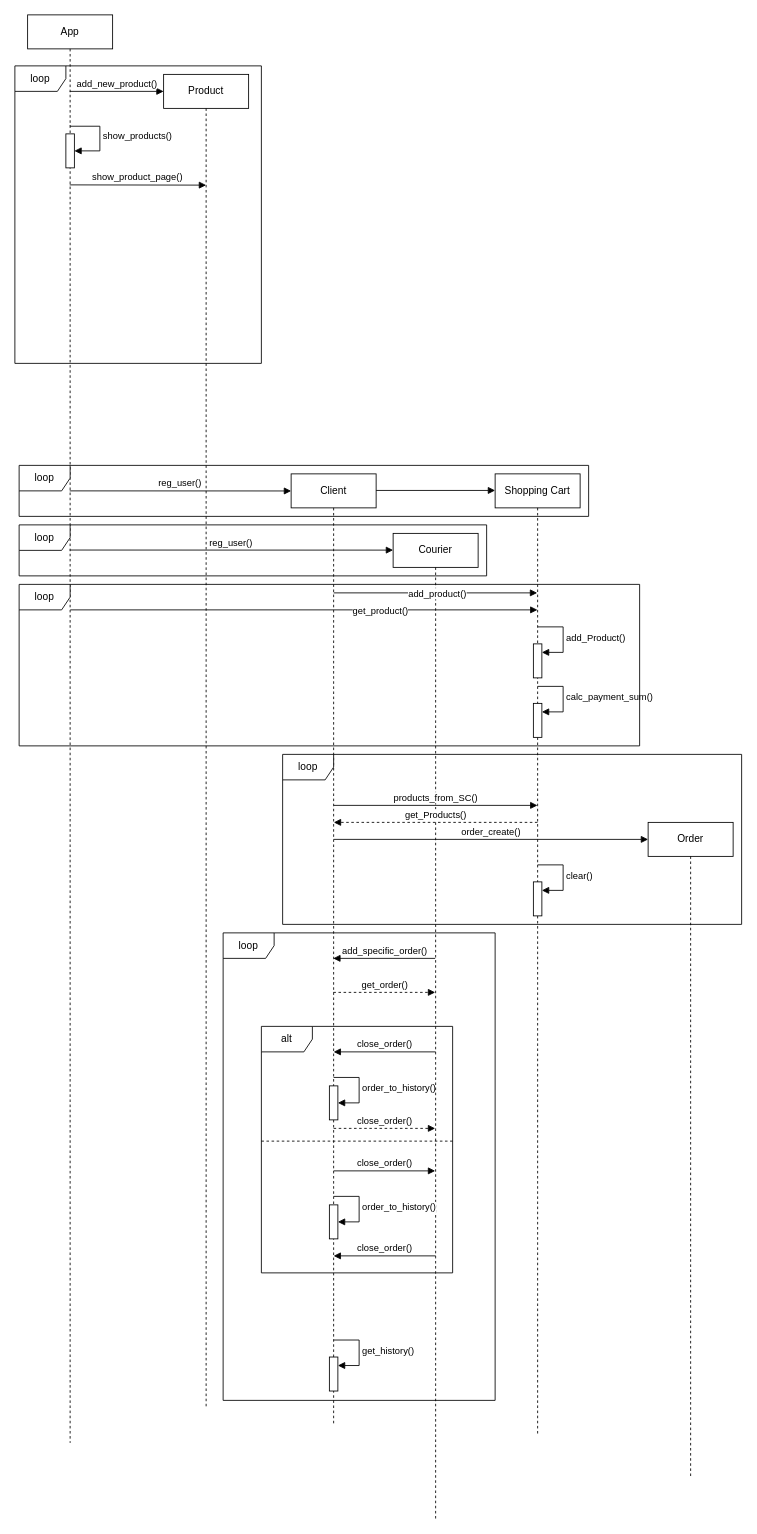
This is actions_sequnce_delivery_service.drawio from MstislavRomanovski/ProgramIngeneering, a draw.io file, before an edit. Source tidied: cells renumbered, new cells numbered last; positions are measured from the earlier drawing's top-left corner, leaving out a move shared by most shapes. Both pictures are drawn from the tidied source at 85%, with x=0, y=0 at pixel (14, 14).
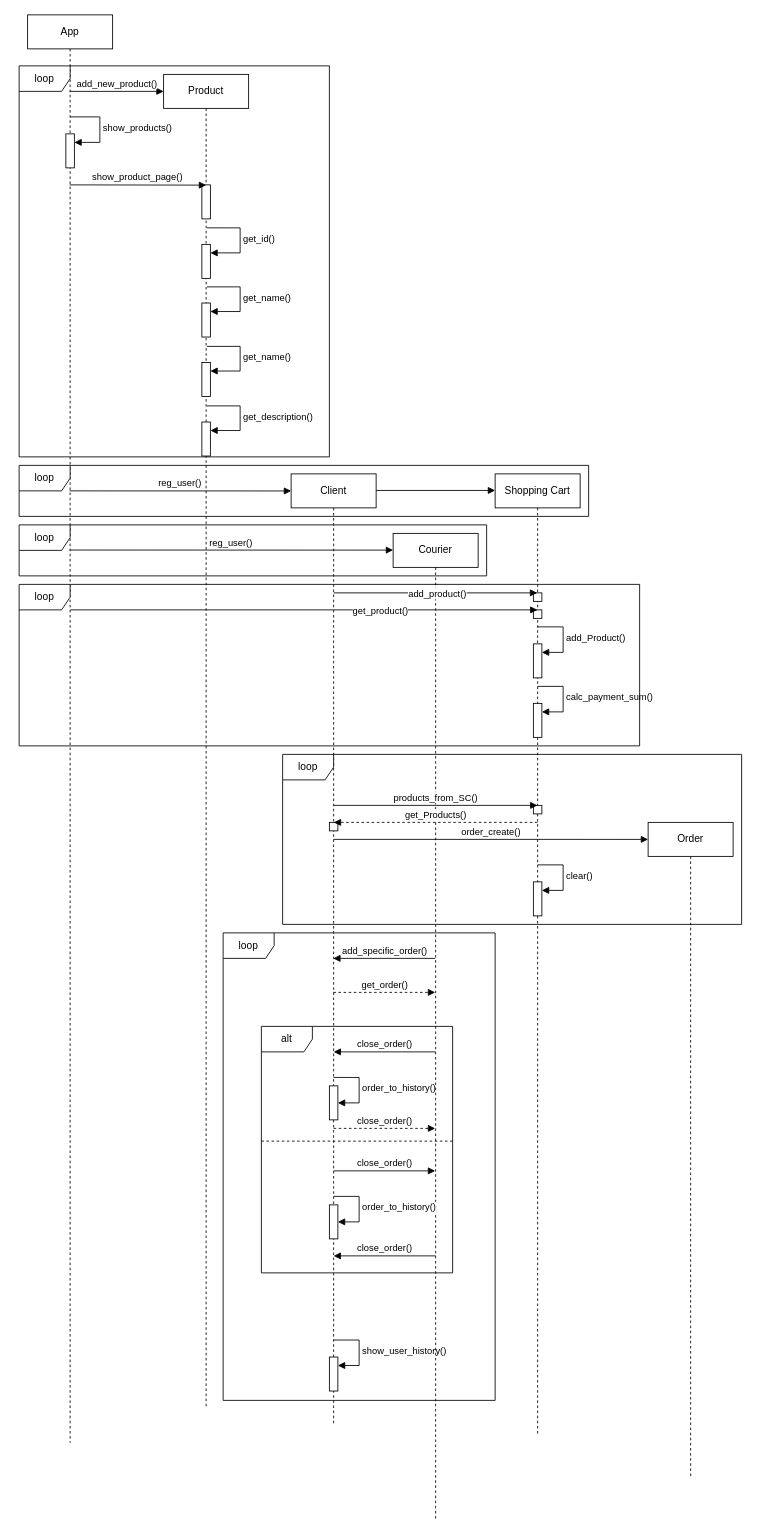
Above is the later version.

Unchanged cells that the change refers to:
```xml
<mxCell id="2" value="App" style="shape=umlLifeline;perimeter=lifelinePerimeter;whiteSpace=wrap;html=1;newEdgeStyle={&quot;curved&quot;:0,&quot;rounded&quot;:0};" parent="1" vertex="1">
  <mxGeometry x="15" width="100" height="1680" as="geometry" />
</mxCell>
<mxCell id="3" style="html=1;points=[[0,0,0,0,5],[0,1,0,0,-5],[1,0,0,0,5],[1,1,0,0,-5]];perimeter=orthogonalPerimeter;outlineConnect=0;targetShapes=umlLifeline;portConstraint=eastwest;newEdgeStyle={&quot;curved&quot;:0,&quot;rounded&quot;:0};" parent="2" vertex="1">
  <mxGeometry x="45" y="140" width="10" height="40" as="geometry" />
</mxCell>
<mxCell id="5" value="Product" style="shape=umlLifeline;perimeter=lifelinePerimeter;whiteSpace=wrap;html=1;outlineConnect=0;portConstraint=eastwest;newEdgeStyle={&quot;curved&quot;:0,&quot;rounded&quot;:0};" parent="1" vertex="1">
  <mxGeometry x="175" y="70" width="100" height="1570" as="geometry" />
</mxCell>
<mxCell id="6" value="Client" style="shape=umlLifeline;perimeter=lifelinePerimeter;whiteSpace=wrap;html=1;outlineConnect=0;portConstraint=eastwest;newEdgeStyle={&quot;curved&quot;:0,&quot;rounded&quot;:0};" parent="1" vertex="1">
  <mxGeometry x="325" y="540" width="100" height="1120" as="geometry" />
</mxCell>
<mxCell id="14" value="Shopping Cart" style="shape=umlLifeline;perimeter=lifelinePerimeter;whiteSpace=wrap;html=1;outlineConnect=0;portConstraint=eastwest;newEdgeStyle={&quot;curved&quot;:0,&quot;rounded&quot;:0};" parent="1" vertex="1">
  <mxGeometry x="565" y="540" width="100" height="1130" as="geometry" />
</mxCell>
```

The edit, as a diff of the source:
```diff
@@
-    <mxCell id="4" value="show_products()" style="html=1;align=left;spacingLeft=2;endArrow=block;rounded=0;edgeStyle=orthogonalEdgeStyle;curved=0;rounded=0;" parent="2" edge="1" target="3">
-      <mxGeometry relative="1" as="geometry">
-        <mxPoint x="50" y="130" as="sourcePoint" />
-        <Array as="points">
-          <mxPoint x="50" y="131" />
-          <mxPoint x="85" y="131" />
-          <mxPoint x="85" y="160" />
-        </Array>
-      </mxGeometry>
-    </mxCell>
@@
+    <mxCell id="48" style="html=1;points=[[0,0,0,0,5],[0,1,0,0,-5],[1,0,0,0,5],[1,1,0,0,-5]];perimeter=orthogonalPerimeter;outlineConnect=0;targetShapes=umlLifeline;portConstraint=eastwest;newEdgeStyle={&quot;curved&quot;:0,&quot;rounded&quot;:0};" parent="5" vertex="1">
+      <mxGeometry x="45" y="200" width="10" height="40" as="geometry" />
+    </mxCell>
+    <mxCell id="49" value="get_id()" style="html=1;align=left;spacingLeft=2;endArrow=block;rounded=0;edgeStyle=orthogonalEdgeStyle;curved=0;rounded=0;exitX=0.51;exitY=0.115;exitDx=0;exitDy=0;exitPerimeter=0;" parent="5" edge="1" source="5" target="48">
+      <mxGeometry relative="1" as="geometry">
+        <Array as="points">
+          <mxPoint x="90" y="181" />
+          <mxPoint x="90" y="210" />
+        </Array>
+      </mxGeometry>
+    </mxCell>
+    <mxCell id="50" style="html=1;perimeter=orthogonalPerimeter;targetShapes=umlLifeline;newEdgeStyle={&quot;curved&quot;:0,&quot;rounded&quot;:0};" parent="5" vertex="1">
+      <mxGeometry x="45" y="130" width="10" height="40" as="geometry" />
+    </mxCell>
+    <mxCell id="51" style="html=1;points=[[0,0,0,0,5],[0,1,0,0,-5],[1,0,0,0,5],[1,1,0,0,-5]];perimeter=orthogonalPerimeter;outlineConnect=0;targetShapes=umlLifeline;portConstraint=eastwest;newEdgeStyle={&quot;curved&quot;:0,&quot;rounded&quot;:0};" parent="5" vertex="1">
+      <mxGeometry x="45" y="269" width="10" height="40" as="geometry" />
+    </mxCell>
+    <mxCell id="52" value="get_name()" style="html=1;align=left;spacingLeft=2;endArrow=block;rounded=0;edgeStyle=orthogonalEdgeStyle;curved=0;rounded=0;exitX=0.51;exitY=0.115;exitDx=0;exitDy=0;exitPerimeter=0;" parent="5" edge="1" target="51">
+      <mxGeometry relative="1" as="geometry">
+        <mxPoint x="51" y="250" as="sourcePoint" />
+        <Array as="points">
+          <mxPoint x="90" y="250" />
+          <mxPoint x="90" y="279" />
+        </Array>
+      </mxGeometry>
+    </mxCell>
+    <mxCell id="53" style="html=1;points=[[0,0,0,0,5],[0,1,0,0,-5],[1,0,0,0,5],[1,1,0,0,-5]];perimeter=orthogonalPerimeter;outlineConnect=0;targetShapes=umlLifeline;portConstraint=eastwest;newEdgeStyle={&quot;curved&quot;:0,&quot;rounded&quot;:0};" parent="5" vertex="1">
+      <mxGeometry x="45" y="339" width="10" height="40" as="geometry" />
+    </mxCell>
+    <mxCell id="54" value="get_name()" style="html=1;align=left;spacingLeft=2;endArrow=block;rounded=0;edgeStyle=orthogonalEdgeStyle;curved=0;rounded=0;exitX=0.51;exitY=0.115;exitDx=0;exitDy=0;exitPerimeter=0;" parent="5" edge="1" target="53">
+      <mxGeometry relative="1" as="geometry">
+        <mxPoint x="51" y="320" as="sourcePoint" />
+        <Array as="points">
+          <mxPoint x="90" y="320" />
+          <mxPoint x="90" y="349" />
+        </Array>
+      </mxGeometry>
+    </mxCell>
+    <mxCell id="55" style="html=1;points=[[0,0,0,0,5],[0,1,0,0,-5],[1,0,0,0,5],[1,1,0,0,-5]];perimeter=orthogonalPerimeter;outlineConnect=0;targetShapes=umlLifeline;portConstraint=eastwest;newEdgeStyle={&quot;curved&quot;:0,&quot;rounded&quot;:0};" parent="5" vertex="1">
+      <mxGeometry x="45" y="409" width="10" height="40" as="geometry" />
+    </mxCell>
+    <mxCell id="56" value="get_description()" style="html=1;align=left;spacingLeft=2;endArrow=block;rounded=0;edgeStyle=orthogonalEdgeStyle;curved=0;rounded=0;exitX=0.51;exitY=0.115;exitDx=0;exitDy=0;exitPerimeter=0;" parent="5" edge="1" target="55">
+      <mxGeometry relative="1" as="geometry">
+        <mxPoint x="51" y="390" as="sourcePoint" />
+        <Array as="points">
+          <mxPoint x="90" y="390" />
+          <mxPoint x="90" y="419" />
+        </Array>
+      </mxGeometry>
+    </mxCell>
@@
-    <mxCell id="10" value="get_history()" style="html=1;align=left;spacingLeft=2;endArrow=block;rounded=0;edgeStyle=orthogonalEdgeStyle;curved=0;rounded=0;" parent="6" edge="1">
+    <mxCell id="10" value="show_user_history()" style="html=1;align=left;spacingLeft=2;endArrow=block;rounded=0;edgeStyle=orthogonalEdgeStyle;curved=0;rounded=0;" parent="6" edge="1">
       <mxGeometry relative="1" as="geometry">
         <mxPoint x="50" y="1019" as="sourcePoint" />
         <mxPoint x="55" y="1049" as="targetPoint" />
         <Array as="points">
           <mxPoint x="80" y="1049" />
         </Array>
       </mxGeometry>
     </mxCell>
@@
+    <mxCell id="57" style="html=1;perimeter=orthogonalPerimeter;targetShapes=umlLifeline;newEdgeStyle={&quot;curved&quot;:0,&quot;rounded&quot;:0};" parent="14" vertex="1">
+      <mxGeometry x="45" y="160" width="10" height="10" as="geometry" />
+    </mxCell>
@@
     <mxCell id="24" value="loop" style="shape=umlFrame;whiteSpace=wrap;html=1;" parent="1" vertex="1">
-      <mxGeometry y="60" width="290" height="350" as="geometry" />
+      <mxGeometry x="5" y="60" width="365" height="460" as="geometry" />
     </mxCell>
@@
-    <mxCell id="29" style="html=1;verticalAlign=bottom;endArrow=block;curved=0;rounded=0;" parent="1" edge="1" target="14">
-      <mxGeometry relative="1" as="geometry">
-        <mxPoint x="375" y="680" as="sourcePoint" />
-      </mxGeometry>
-    </mxCell>
-    <mxCell id="30" value="add_product()" style="edgeLabel;html=1;align=center;verticalAlign=middle;" parent="29" vertex="1">
-      <mxGeometry x="0.19" relative="1" as="geometry">
-        <mxPoint x="-22" as="offset" />
-      </mxGeometry>
-    </mxCell>
@@
-    <mxCell id="35" value="products_from_SC()" style="html=1;verticalAlign=bottom;endArrow=block;curved=0;rounded=0;" parent="1" edge="1">
-      <mxGeometry relative="1" as="geometry">
-        <mxPoint x="375.2" y="930" as="sourcePoint" />
-        <mxPoint x="614.8" y="930" as="targetPoint" />
-      </mxGeometry>
-    </mxCell>
-    <mxCell id="36" value="get_Products()" style="html=1;verticalAlign=bottom;endArrow=block;curved=0;rounded=0;dashed=1;" parent="1" edge="1">
-      <mxGeometry relative="1" as="geometry">
-        <mxPoint x="614.8" y="950" as="sourcePoint" />
-        <mxPoint x="375.2" y="950" as="targetPoint" />
-      </mxGeometry>
-    </mxCell>
@@
+    <mxCell id="4" value="show_products()" style="html=1;align=left;spacingLeft=2;endArrow=block;rounded=0;edgeStyle=orthogonalEdgeStyle;curved=0;rounded=0;" parent="1" edge="1" target="3">
+      <mxGeometry relative="1" as="geometry">
+        <mxPoint x="65" y="120" as="sourcePoint" />
+        <Array as="points">
+          <mxPoint x="100" y="150" />
+        </Array>
+      </mxGeometry>
+    </mxCell>
+    <mxCell id="58" style="html=1;perimeter=orthogonalPerimeter;targetShapes=umlLifeline;newEdgeStyle={&quot;curved&quot;:0,&quot;rounded&quot;:0};" parent="1" vertex="1">
+      <mxGeometry x="610" y="680" width="10" height="10" as="geometry" />
+    </mxCell>
+    <mxCell id="29" style="html=1;verticalAlign=bottom;endArrow=block;curved=0;rounded=0;" parent="1" edge="1" target="14">
+      <mxGeometry relative="1" as="geometry">
+        <mxPoint x="375" y="680" as="sourcePoint" />
+      </mxGeometry>
+    </mxCell>
+    <mxCell id="30" value="add_product()" style="edgeLabel;html=1;align=center;verticalAlign=middle;" parent="29" vertex="1">
+      <mxGeometry x="0.19" relative="1" as="geometry">
+        <mxPoint x="-22" as="offset" />
+      </mxGeometry>
+    </mxCell>
+    <mxCell id="59" style="html=1;perimeter=orthogonalPerimeter;targetShapes=umlLifeline;newEdgeStyle={&quot;curved&quot;:0,&quot;rounded&quot;:0};" parent="1" vertex="1">
+      <mxGeometry x="610" y="930" width="10" height="10" as="geometry" />
+    </mxCell>
+    <mxCell id="35" value="products_from_SC()" style="html=1;verticalAlign=bottom;endArrow=block;curved=0;rounded=0;" parent="1" edge="1">
+      <mxGeometry relative="1" as="geometry">
+        <mxPoint x="375.2" y="930" as="sourcePoint" />
+        <mxPoint x="614.8" y="930" as="targetPoint" />
+      </mxGeometry>
+    </mxCell>
+    <mxCell id="60" style="html=1;perimeter=orthogonalPerimeter;targetShapes=umlLifeline;newEdgeStyle={&quot;curved&quot;:0,&quot;rounded&quot;:0};" parent="1" vertex="1">
+      <mxGeometry x="370" y="950" width="10" height="10" as="geometry" />
+    </mxCell>
+    <mxCell id="36" value="get_Products()" style="html=1;verticalAlign=bottom;endArrow=block;curved=0;rounded=0;dashed=1;" parent="1" edge="1">
+      <mxGeometry relative="1" as="geometry">
+        <mxPoint x="614.8" y="950" as="sourcePoint" />
+        <mxPoint x="375.2" y="950" as="targetPoint" />
+      </mxGeometry>
+    </mxCell>
```
